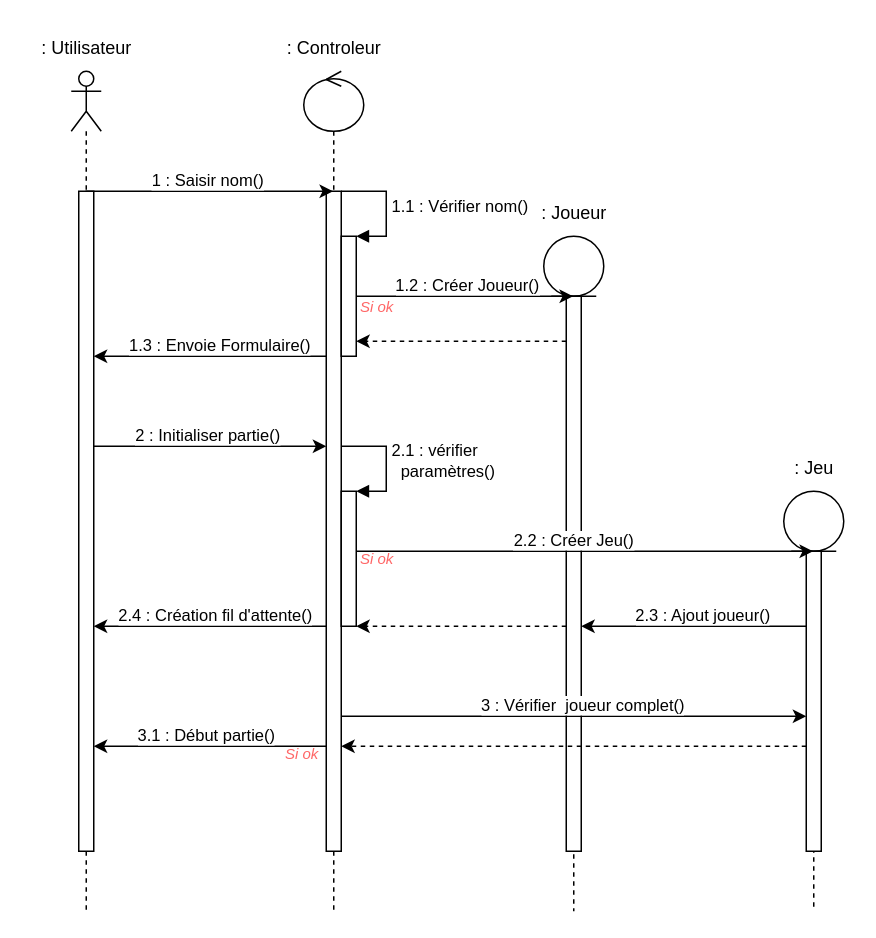
Above: Sequence.drawio in Mat-gif/TER_Gsociety (draw.io), before the change. Source tidied: cells renumbered, new cells numbered last; positions are measured from the earlier drawing's top-left corner, leaving out a move shared by most shapes. Both pictures are drawn from the tidied source at 150%, with x=0, y=0 at pixel (26, 26).
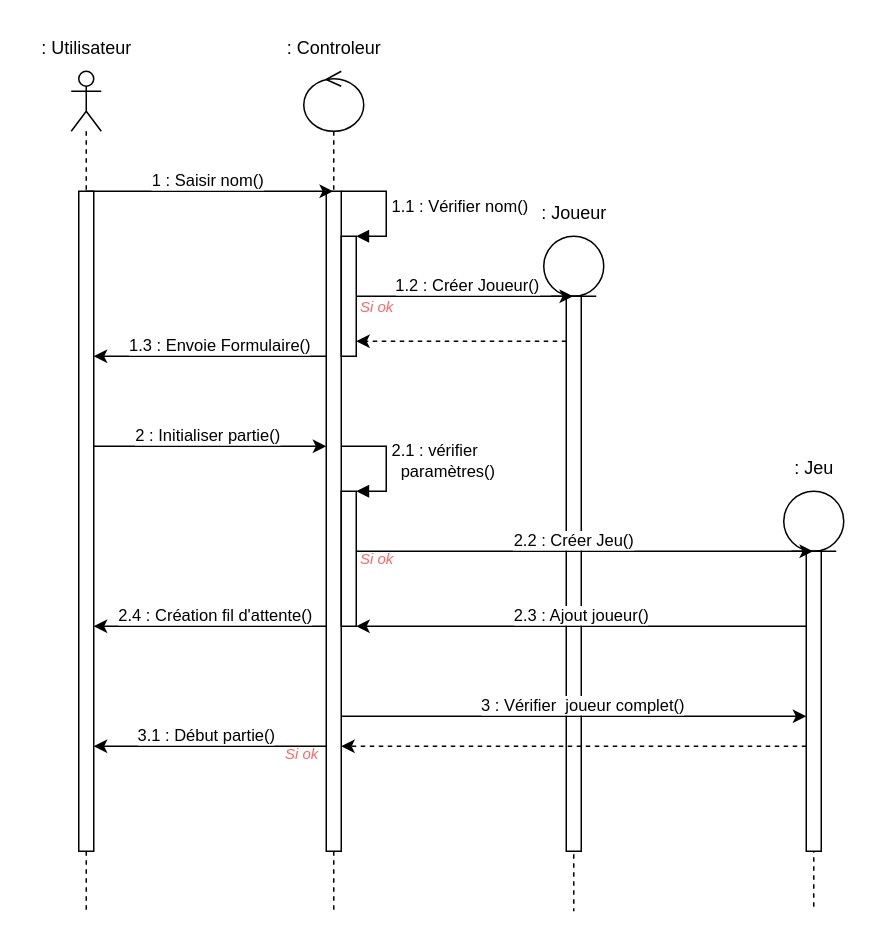
The same page after the edit.

Commit message (it also covers changes not shown here):
Mettre à jour Sequence.drawio

Unchanged cells that the change refers to:
```xml
<mxCell id="5" style="html=1;points=[];perimeter=orthogonalPerimeter;outlineConnect=0;targetShapes=umlLifeline;portConstraint=eastwest;newEdgeStyle={&quot;edgeStyle&quot;:&quot;elbowEdgeStyle&quot;,&quot;elbow&quot;:&quot;vertical&quot;,&quot;curved&quot;:0,&quot;rounded&quot;:0};" parent="4" vertex="1">
  <mxGeometry x="15" y="40" width="10" height="370" as="geometry" />
</mxCell>
<mxCell id="9" style="html=1;points=[];perimeter=orthogonalPerimeter;outlineConnect=0;targetShapes=umlLifeline;portConstraint=eastwest;newEdgeStyle={&quot;edgeStyle&quot;:&quot;elbowEdgeStyle&quot;,&quot;elbow&quot;:&quot;vertical&quot;,&quot;curved&quot;:0,&quot;rounded&quot;:0};" parent="8" vertex="1">
  <mxGeometry x="15" y="40" width="10" height="200" as="geometry" />
</mxCell>
<mxCell id="15" style="html=1;points=[];perimeter=orthogonalPerimeter;outlineConnect=0;targetShapes=umlLifeline;portConstraint=eastwest;newEdgeStyle={&quot;edgeStyle&quot;:&quot;elbowEdgeStyle&quot;,&quot;elbow&quot;:&quot;vertical&quot;,&quot;curved&quot;:0,&quot;rounded&quot;:0};" parent="11" vertex="1">
  <mxGeometry x="25" y="280" width="10" height="90" as="geometry" />
</mxCell>
```

Diff of the diagram source:
```diff
@@
-    <mxCell id="33" style="edgeStyle=elbowEdgeStyle;rounded=0;jettySize=auto;html=1;elbow=vertical;curved=0;" parent="1" edge="1" source="9" target="5">
+    <mxCell id="33" style="edgeStyle=elbowEdgeStyle;rounded=0;jettySize=auto;html=1;elbow=vertical;curved=0;entryX=1;entryY=1;entryDx=0;entryDy=0;entryPerimeter=0;" parent="1" edge="1" source="9" target="15">
       <mxGeometry relative="1" as="geometry">
         <Array as="points">
           <mxPoint x="450" y="400" />
         </Array>
       </mxGeometry>
     </mxCell>
     <mxCell id="34" value="2.3 : Ajout joueur()" style="edgeLabel;html=1;align=center;verticalAlign=middle;" parent="33" vertex="1">
       <mxGeometry x="-0.25" y="-2" relative="1" as="geometry">
-        <mxPoint x="-14" y="-6" as="offset" />
+        <mxPoint x="-38" y="-6" as="offset" />
       </mxGeometry>
     </mxCell>
-    <mxCell id="35" style="edgeStyle=elbowEdgeStyle;rounded=0;jettySize=auto;html=1;elbow=vertical;curved=0;dashed=1;" parent="1" edge="1" source="5" target="15">
-      <mxGeometry relative="1" as="geometry">
-        <Array as="points">
-          <mxPoint x="310" y="400" />
-        </Array>
-      </mxGeometry>
-    </mxCell>
```
